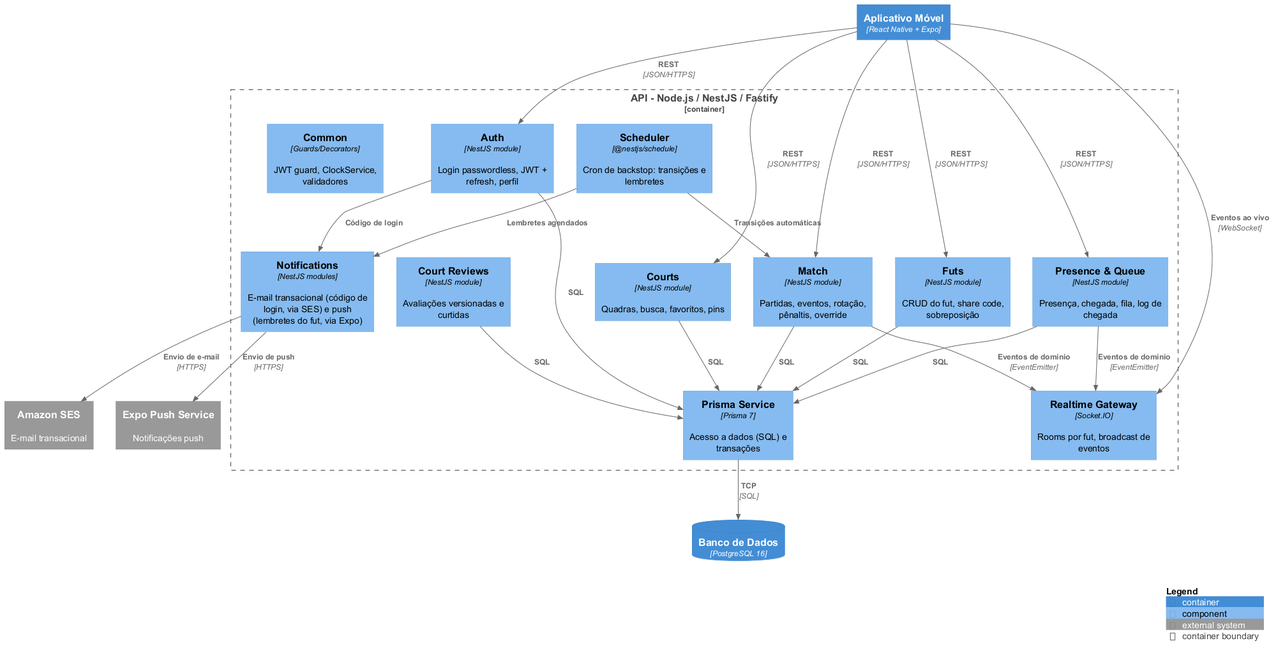
Earlier version of the PlantUML export latex/figuras/diagramas-src/render/c4-componentes.png (EhOMiguel/borafut-app-tcc).
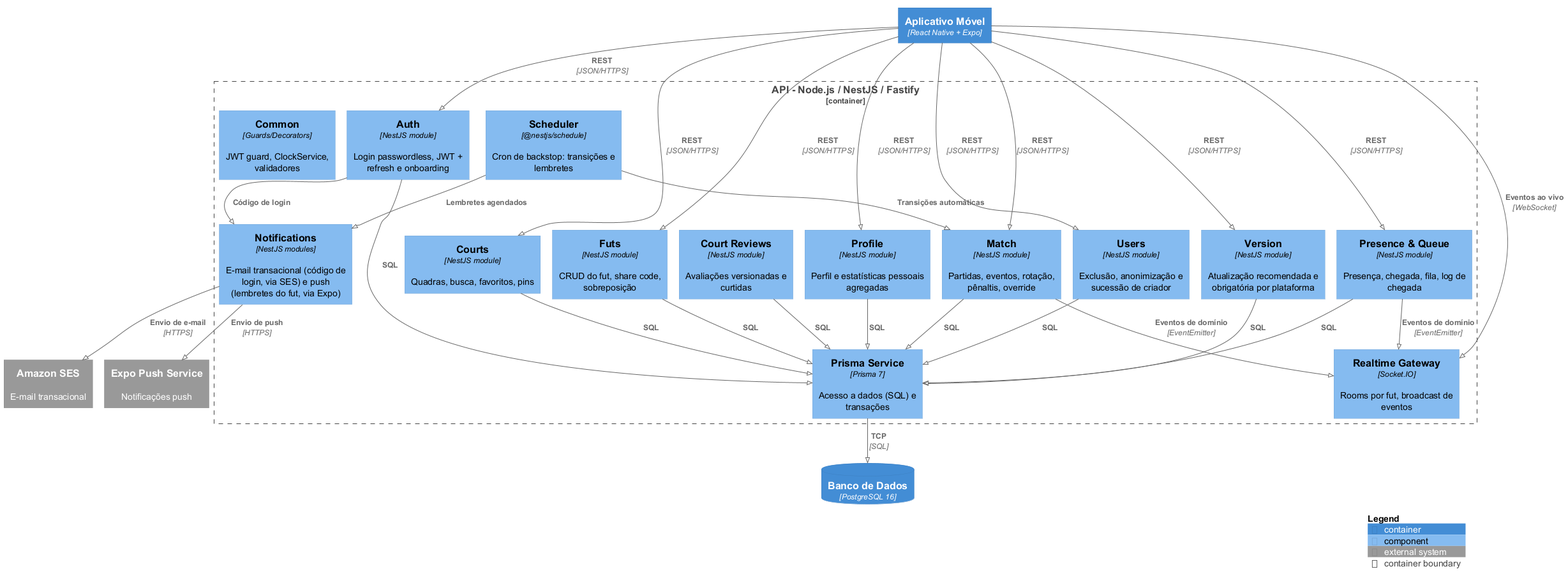
The same file after the commit.

The edit, as a diff of the source:
```diff
@@ -1,4 +1,5 @@
 @startuml c4-componentes
+!pragma layout smetana
 !include https://raw.githubusercontent.com/plantuml-stdlib/C4-PlantUML/master/C4_Component.puml
 
 Container(app, "Aplicativo Móvel", "React Native + Expo", "")
@@ -7,7 +8,10 @@
 System_Ext(push, "Expo Push Service", "Notificações push")
 
 Container_Boundary(api, "API - Node.js / NestJS / Fastify") {
-  Component(auth, "Auth", "NestJS module", "Login passwordless, JWT + refresh, perfil")
+  Component(auth, "Auth", "NestJS module", "Login passwordless, JWT + refresh e onboarding")
+  Component(profile, "Profile", "NestJS module", "Perfil e estatísticas pessoais agregadas")
+  Component(users, "Users", "NestJS module", "Exclusão, anonimização e sucessão de criador")
+  Component(version, "Version", "NestJS module", "Atualização recomendada e obrigatória por plataforma")
   Component(courts, "Courts", "NestJS module", "Quadras, busca, favoritos, pins")
   Component(reviews, "Court Reviews", "NestJS module", "Avaliações versionadas e curtidas")
   Component(futs, "Futs", "NestJS module", "CRUD do fut, share code, sobreposição")
@@ -21,12 +25,18 @@
 }
 
 Rel(app, auth, "REST", "JSON/HTTPS")
+Rel(app, profile, "REST", "JSON/HTTPS")
+Rel(app, users, "REST", "JSON/HTTPS")
+Rel(app, version, "REST", "JSON/HTTPS")
 Rel(app, courts, "REST", "JSON/HTTPS")
 Rel(app, futs, "REST", "JSON/HTTPS")
 Rel(app, presence, "REST", "JSON/HTTPS")
 Rel(app, match, "REST", "JSON/HTTPS")
 Rel(app, rt, "Eventos ao vivo", "WebSocket")
 Rel(auth, prisma, "SQL")
+Rel(profile, prisma, "SQL")
+Rel(users, prisma, "SQL")
+Rel(version, prisma, "SQL")
 Rel(courts, prisma, "SQL")
 Rel(reviews, prisma, "SQL")
 Rel(futs, prisma, "SQL")
```
